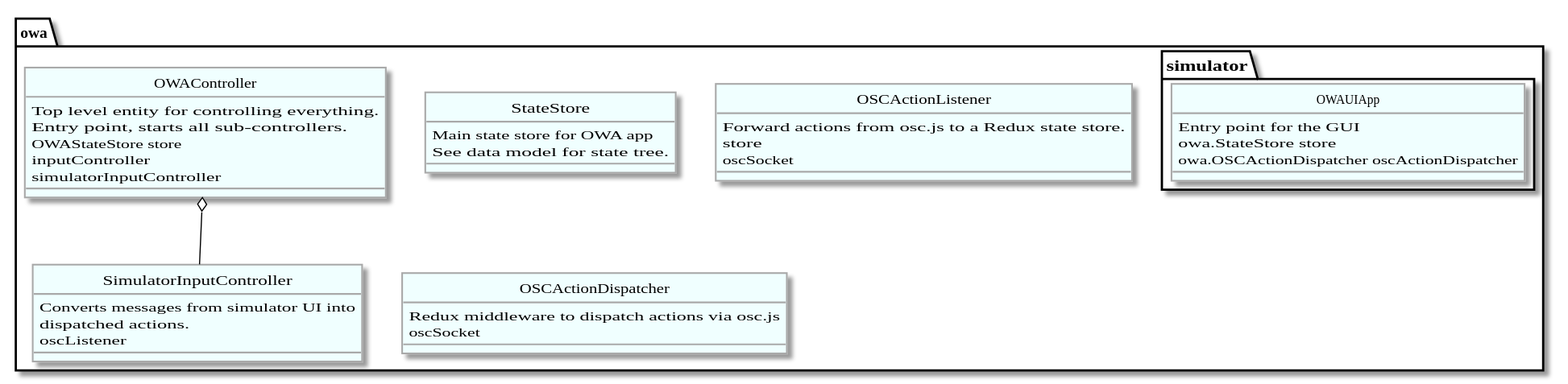
Before: docs/architecture_overview.svg, a diagram exported from PlantUML (awakeningio/owa).
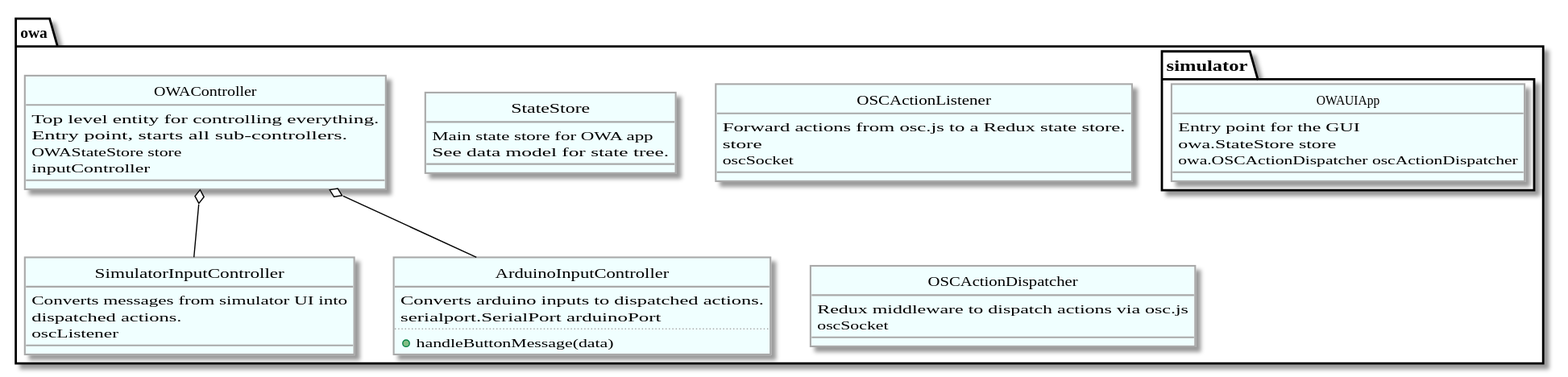
The same file after the commit.

Commit message:
some architecture planning, getting buttons from simulator

Diff of the diagram source:
```diff
@@ -47,7 +47,6 @@
 
     OWAStateStore store
     inputController
-    simulatorInputController
   }
 
   class SimulatorInputController {
@@ -61,8 +60,14 @@
   }
   OWAController o-- SimulatorInputController
 
+  class ArduinoInputController {
+    Converts arduino inputs to dispatched actions.
 
-
+    serialport.SerialPort arduinoPort
+    ..
+    + handleButtonMessage(data)
+  }
+  OWAController o-- ArduinoInputController
 
   class StateStore {
     Main state store for OWA app
```
